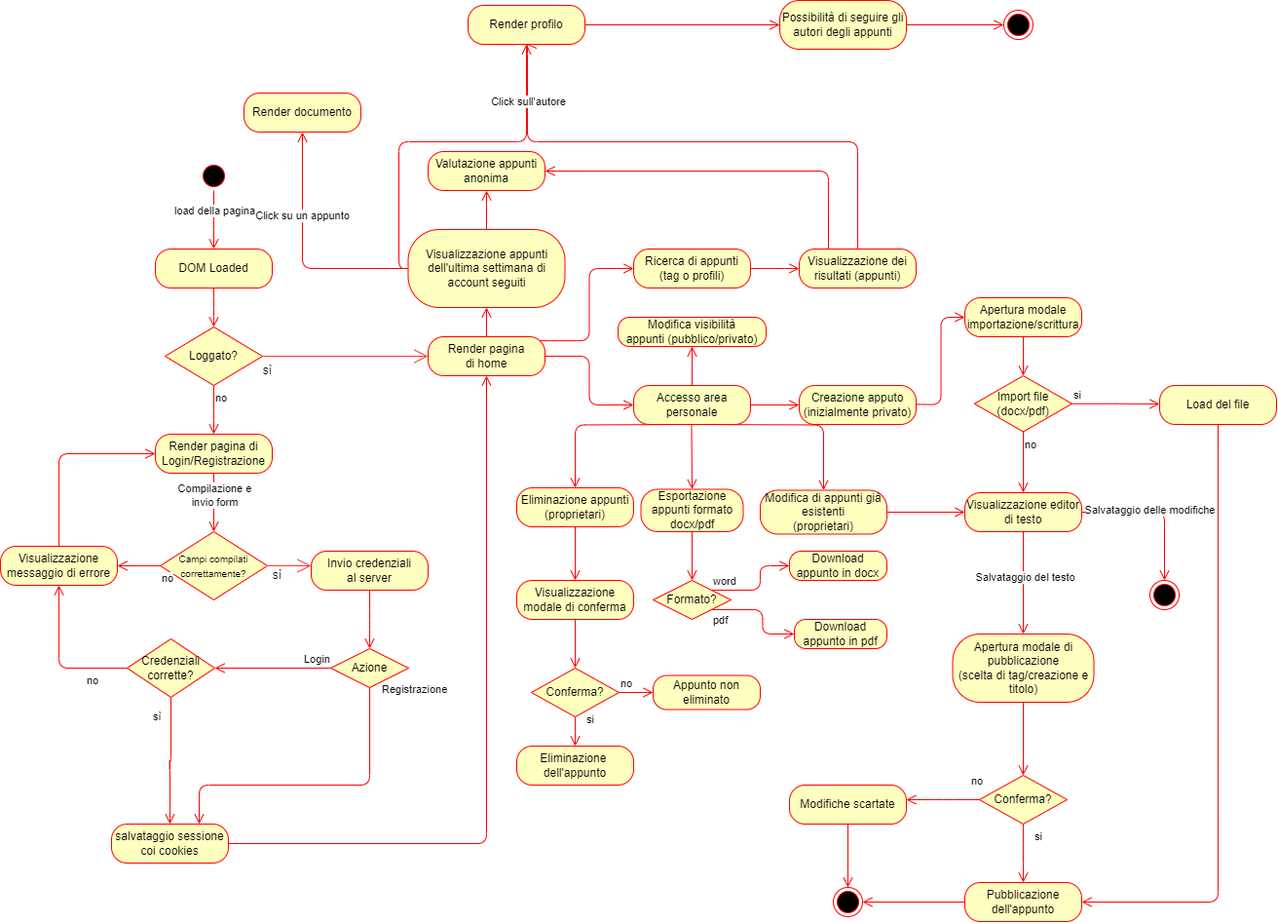
Earlier version of the draw.io export assets/schemas/diagrams/SchemaStato.drawio.png (AngeloRipamonti/5C_RipamontiAvvedutoKotisCinquetti_PortaleAppunti). Source tidied: cells renumbered, new cells last; positions are measured from the earlier drawing's top-left corner, leaving out a move shared by most shapes.
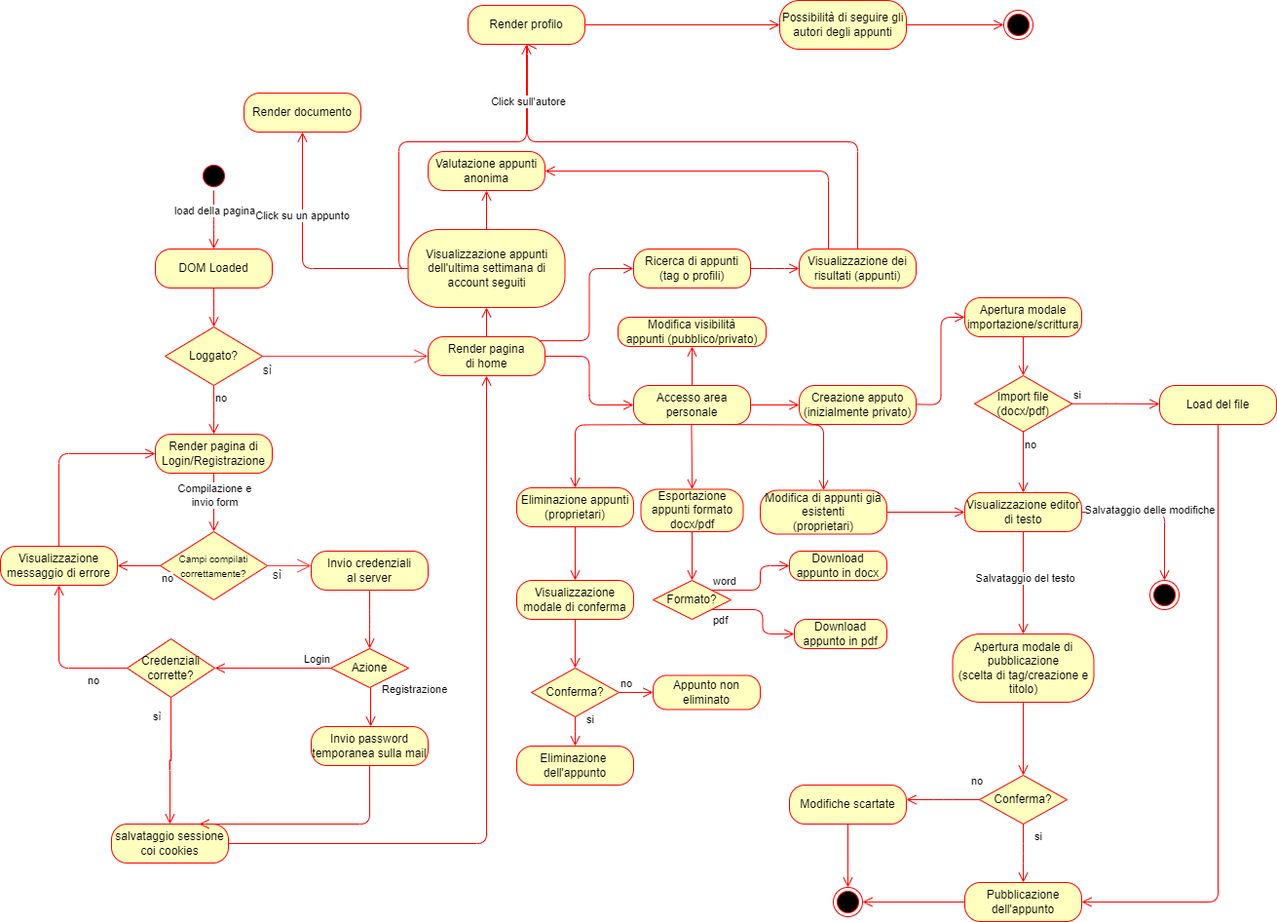
Above is the later version.

What changed in the source:
```diff
@@ -101,15 +101,6 @@
     <mxCell id="28" value="Login" style="edgeStyle=orthogonalEdgeStyle;html=1;align=left;verticalAlign=bottom;endArrow=open;endSize=8;strokeColor=#ff0000;exitX=0;exitY=0.5;exitDx=0;exitDy=0;entryX=1;entryY=0.5;entryDx=0;entryDy=0;" parent="1" edge="1" source="27" target="20">
       <mxGeometry x="-0.51" relative="1" as="geometry" />
     </mxCell>
-    <mxCell id="29" value="Registrazione" style="edgeStyle=orthogonalEdgeStyle;html=1;align=left;verticalAlign=bottom;endArrow=open;endSize=8;strokeColor=#ff0000;exitX=0.5;exitY=1;exitDx=0;exitDy=0;entryX=0.75;entryY=0;entryDx=0;entryDy=0;" parent="1" edge="1" source="27" target="23">
-      <mxGeometry x="-0.94" y="11" relative="1" as="geometry">
-        <Array as="points">
-          <mxPoint x="379" y="805" />
-          <mxPoint x="204" y="805" />
-        </Array>
-        <mxPoint y="1" as="offset" />
-      </mxGeometry>
-    </mxCell>
     <mxCell id="30" style="edgeStyle=orthogonalEdgeStyle;html=1;align=left;verticalAlign=bottom;endArrow=open;endSize=8;strokeColor=#ff0000;exitX=0.5;exitY=1;exitDx=0;exitDy=0;" parent="1" edge="1" source="19">
       <mxGeometry x="-0.67" y="11" relative="1" as="geometry">
         <mxPoint x="379" y="665" as="targetPoint" />
@@ -365,5 +356,24 @@
     <mxCell id="100" value="Salvataggio delle modifiche" style="edgeLabel;html=1;align=center;verticalAlign=middle;" parent="99" vertex="1">
       <mxGeometry x="-0.1" y="2" relative="1" as="geometry" />
     </mxCell>
+    <mxCell id="101" value="Invio password&lt;div&gt;temporanea sulla mail&lt;/div&gt;" style="rounded=1;whiteSpace=wrap;html=1;arcSize=40;fontColor=#000000;fillColor=#ffffc0;strokeColor=#ff0000;" parent="1" vertex="1">
+      <mxGeometry x="319" y="745" width="120" height="40" as="geometry" />
+    </mxCell>
+    <mxCell id="102" style="edgeStyle=orthogonalEdgeStyle;html=1;verticalAlign=bottom;endArrow=open;endSize=8;strokeColor=#ff0000;entryX=0.75;entryY=0;entryDx=0;entryDy=0;exitX=0.5;exitY=1;exitDx=0;exitDy=0;" parent="1" edge="1" source="101" target="23">
+      <mxGeometry relative="1" as="geometry">
+        <Array as="points">
+          <mxPoint x="379" y="845" />
+        </Array>
+      </mxGeometry>
+    </mxCell>
+    <mxCell id="103" style="edgeStyle=orthogonalEdgeStyle;html=1;align=left;verticalAlign=bottom;endArrow=open;endSize=8;strokeColor=#ff0000;" parent="1" edge="1">
+      <mxGeometry x="-0.67" y="11" relative="1" as="geometry">
+        <mxPoint x="380" y="705" as="sourcePoint" />
+        <mxPoint x="380" y="745" as="targetPoint" />
+      </mxGeometry>
+    </mxCell>
+    <mxCell id="29" value="&lt;span style=&quot;color: rgb(0, 0, 0); font-family: Helvetica; font-size: 11px; font-style: normal; font-variant-ligatures: normal; font-variant-caps: normal; font-weight: 400; letter-spacing: normal; orphans: 2; text-align: left; text-indent: 0px; text-transform: none; widows: 2; word-spacing: 0px; -webkit-text-stroke-width: 0px; white-space: nowrap; background-color: rgb(255, 255, 255); text-decoration-thickness: initial; text-decoration-style: initial; text-decoration-color: initial; float: none; display: inline !important;&quot;&gt;Registrazione&lt;/span&gt;" style="text;whiteSpace=wrap;html=1;" parent="1" vertex="1">
+      <mxGeometry x="390" y="692.5" width="60" height="40" as="geometry" />
+    </mxCell>
   </root>
 </mxGraphModel>
```
